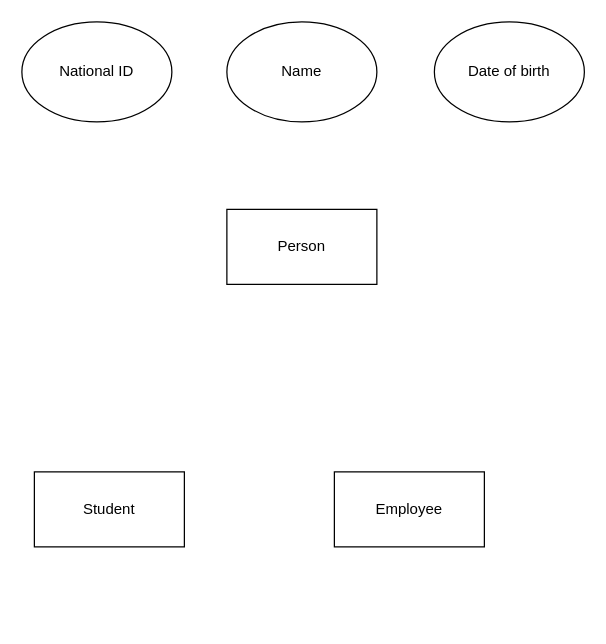
Above: Lab 3.2.drawio in ilya-siluyanov/DrawIO (draw.io), before the change. Source tidied: cells renumbered, new cells numbered last; positions are measured from the earlier drawing's top-left corner, leaving out a move shared by most shapes. Both pictures are drawn from the tidied source at 125%, with x=0, y=0 at pixel (21, 21).
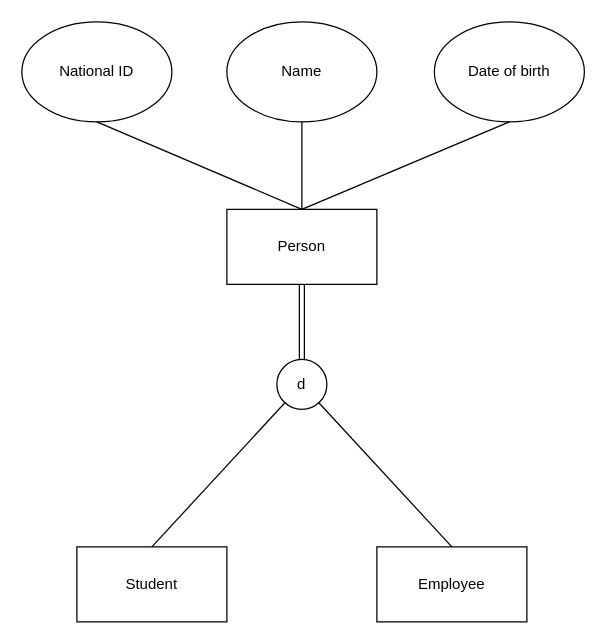
The same diagram, later.

Change to the diagram source:
```diff
@@
 <mxGraphModel>
   <root>
     <mxCell id="0" />
     <mxCell id="1" parent="0" />
+    <mxCell id="8" style="edgeStyle=orthogonalEdgeStyle;rounded=0;jettySize=auto;html=1;entryX=0.5;entryY=0;entryDx=0;entryDy=0;endArrow=none;endFill=0;shape=link;" parent="1" edge="1" source="2" target="15">
+      <mxGeometry relative="1" as="geometry" />
+    </mxCell>
     <mxCell id="2" value="Person" style="rounded=0;whiteSpace=wrap;html=1;" parent="1" vertex="1">
       <mxGeometry x="164" y="150" width="120" height="60" as="geometry" />
     </mxCell>
     <mxCell id="3" value="Student" style="rounded=0;whiteSpace=wrap;html=1;" parent="1" vertex="1">
-      <mxGeometry x="10" y="360" width="120" height="60" as="geometry" />
+      <mxGeometry x="44" y="420" width="120" height="60" as="geometry" />
     </mxCell>
     <mxCell id="4" value="Employee" style="rounded=0;whiteSpace=wrap;html=1;" parent="1" vertex="1">
-      <mxGeometry x="250" y="360" width="120" height="60" as="geometry" />
+      <mxGeometry x="284" y="420" width="120" height="60" as="geometry" />
     </mxCell>
     <mxCell id="5" value="National ID" style="ellipse;whiteSpace=wrap;html=1;" parent="1" vertex="1">
       <mxGeometry width="120" height="80" as="geometry" />
     </mxCell>
     <mxCell id="6" value="Name" style="ellipse;whiteSpace=wrap;html=1;" parent="1" vertex="1">
       <mxGeometry x="164" width="120" height="80" as="geometry" />
     </mxCell>
     <mxCell id="7" value="Date of birth" style="ellipse;whiteSpace=wrap;html=1;" parent="1" vertex="1">
       <mxGeometry x="330" width="120" height="80" as="geometry" />
     </mxCell>
+    <mxCell id="9" style="endArrow=none;html=1;rounded=0;exitX=0.5;exitY=1;exitDx=0;exitDy=0;entryX=0.5;entryY=0;entryDx=0;entryDy=0;" parent="1" edge="1" source="5" target="2">
+      <mxGeometry relative="1" as="geometry" />
+    </mxCell>
+    <mxCell id="10" style="endArrow=none;html=1;rounded=0;exitX=0.5;exitY=1;exitDx=0;exitDy=0;entryX=0.5;entryY=0;entryDx=0;entryDy=0;" parent="1" edge="1" source="6" target="2">
+      <mxGeometry relative="1" as="geometry" />
+    </mxCell>
+    <mxCell id="11" style="endArrow=none;html=1;rounded=0;exitX=0.5;exitY=1;exitDx=0;exitDy=0;entryX=0.5;entryY=0;entryDx=0;entryDy=0;" parent="1" edge="1" source="7" target="2">
+      <mxGeometry relative="1" as="geometry" />
+    </mxCell>
+    <mxCell id="12" style="rounded=0;jettySize=auto;html=1;entryX=0.5;entryY=0;entryDx=0;entryDy=0;endArrow=none;endFill=0;strokeColor=none;" parent="1" edge="1" source="15" target="3">
+      <mxGeometry relative="1" as="geometry" />
+    </mxCell>
+    <mxCell id="13" style="edgeStyle=none;rounded=0;jettySize=auto;html=1;entryX=0.5;entryY=0;entryDx=0;entryDy=0;endArrow=none;endFill=0;" parent="1" edge="1" source="15" target="4">
+      <mxGeometry relative="1" as="geometry" />
+    </mxCell>
+    <mxCell id="14" style="edgeStyle=none;rounded=0;jettySize=auto;html=1;entryX=0.5;entryY=0;entryDx=0;entryDy=0;endArrow=none;endFill=0;" parent="1" edge="1" source="15" target="3">
+      <mxGeometry relative="1" as="geometry" />
+    </mxCell>
+    <mxCell id="15" value="d" style="ellipse;whiteSpace=wrap;html=1;" parent="1" vertex="1">
+      <mxGeometry x="204" y="270" width="40" height="40" as="geometry" />
+    </mxCell>
   </root>
 </mxGraphModel>
```
